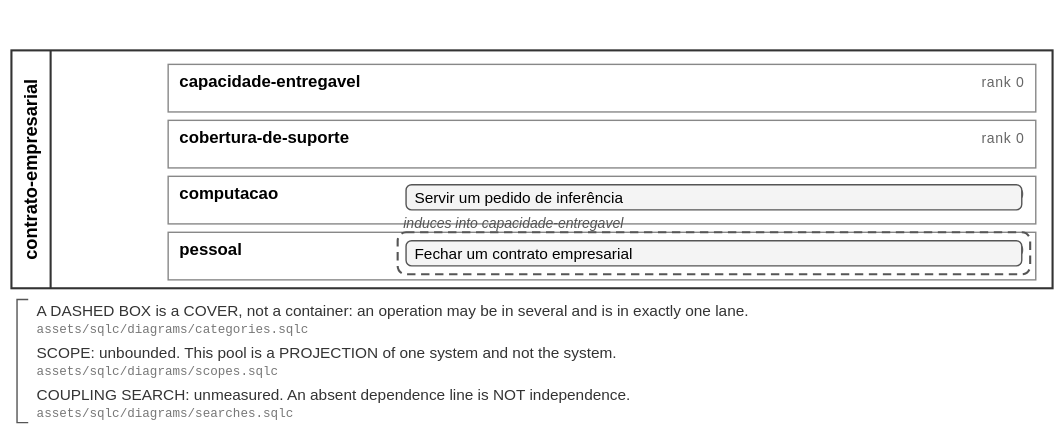
Earlier version of the BPMN export assets/svg/filings/contrato-empresarial.svg (soulstompp/process-modulus). Its source is kept beside it as assets/bpmn/filings/contrato-empresarial.bpmn. Ids are renumbered.
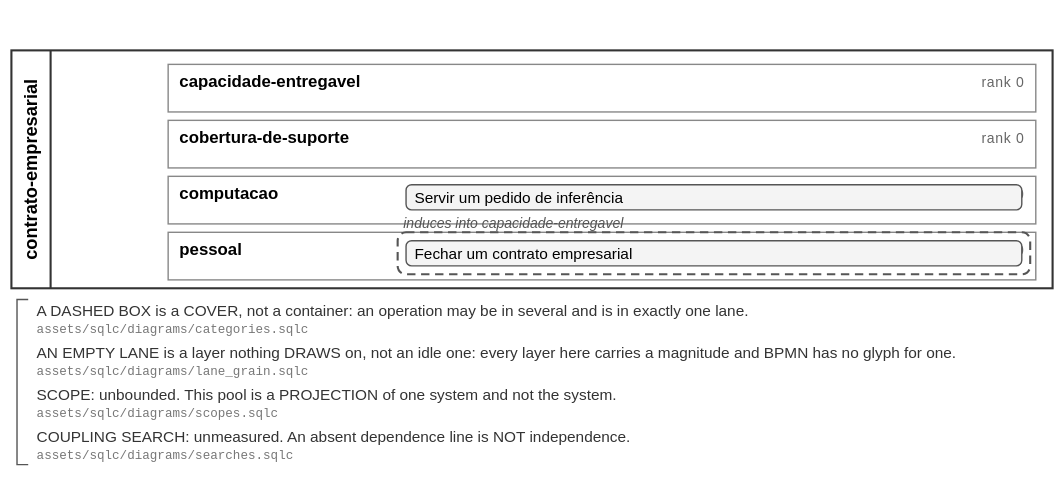
Later version of the same file.

Diff of the diagram source:
```diff
@@ -45,6 +45,9 @@
     <textAnnotation id="note_contrato-empresarial_cover">
       <text>A DASHED BOX is a COVER, not a container: an operation may be in several and is in exactly one lane. [assets/sqlc/diagrams/categories.sqlc]</text>
     </textAnnotation>
+    <textAnnotation id="note_contrato-empresarial_lane">
+      <text>AN EMPTY LANE is a layer nothing DRAWS on, not an idle one: every layer here carries a magnitude and BPMN has no glyph for one. [assets/sqlc/diagrams/lane_grain.sqlc]</text>
+    </textAnnotation>
     <textAnnotation id="note_contrato-empresarial_scope">
       <text>SCOPE: unbounded. This pool is a PROJECTION of one system and not the system. [assets/sqlc/diagrams/scopes.sqlc]</text>
     </textAnnotation>
@@ -82,11 +85,14 @@
       <bpmndi:BPMNShape id="shape_contrato-empresarial_note_contrato-empresarial_cover" bpmnElement="tns:note_contrato-empresarial_cover">
         <dc:Bounds x="20" y="214" width="720" height="28"/>
       </bpmndi:BPMNShape>
-      <bpmndi:BPMNShape id="shape_contrato-empresarial_note_contrato-empresarial_scope" bpmnElement="tns:note_contrato-empresarial_scope">
+      <bpmndi:BPMNShape id="shape_contrato-empresarial_note_contrato-empresarial_lane" bpmnElement="tns:note_contrato-empresarial_lane">
         <dc:Bounds x="20" y="244" width="720" height="28"/>
       </bpmndi:BPMNShape>
+      <bpmndi:BPMNShape id="shape_contrato-empresarial_note_contrato-empresarial_scope" bpmnElement="tns:note_contrato-empresarial_scope">
+        <dc:Bounds x="20" y="274" width="720" height="28"/>
+      </bpmndi:BPMNShape>
       <bpmndi:BPMNShape id="shape_contrato-empresarial_note_contrato-empresarial_search" bpmnElement="tns:note_contrato-empresarial_search">
-        <dc:Bounds x="20" y="274" width="720" height="28"/>
+        <dc:Bounds x="20" y="304" width="720" height="28"/>
       </bpmndi:BPMNShape>
     </bpmndi:BPMNPlane>
   </bpmndi:BPMNDiagram>
```
